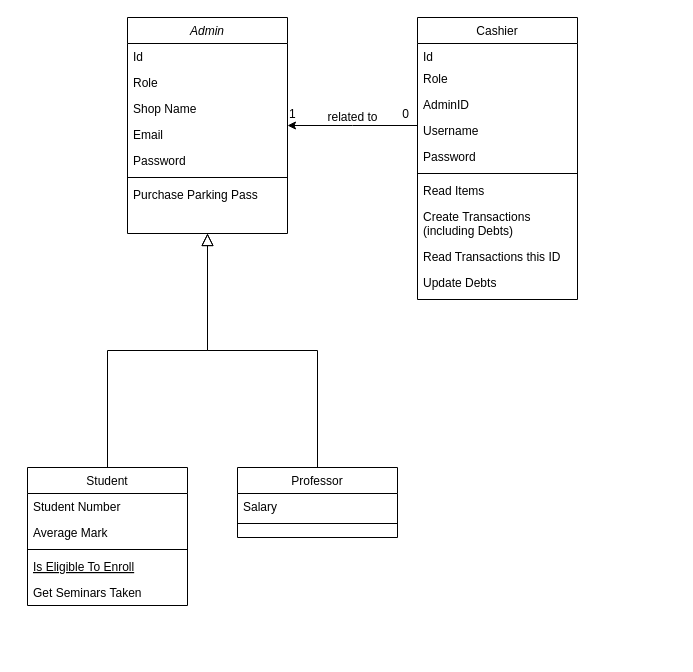
Before: documents/ClassDiagram.drawio in sulenq/VENDERE-POS, a draw.io diagram. Source tidied: cells renumbered, new cells numbered last; positions are measured from the earlier drawing's top-left corner, leaving out a move shared by most shapes. Both pictures are drawn from the tidied source at 100%, with x=0, y=0 at pixel (27, 17).
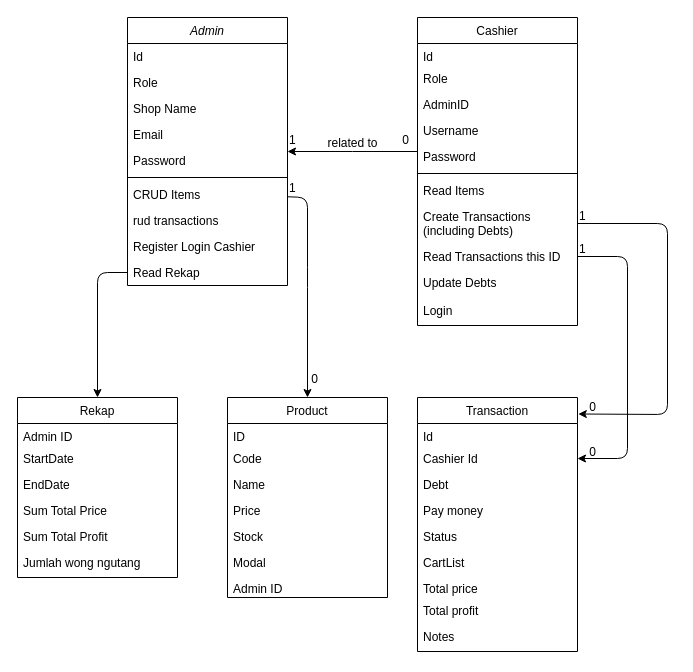
The same diagram, later.

The change refers to these unchanged cells:
```xml
<mxCell id="29" value="Create Transactions &#10;(including Debts)" style="text;align=left;verticalAlign=top;spacingLeft=4;spacingRight=4;overflow=hidden;points=[[0,0.5],[1,0.5]];portConstraint=eastwest;" parent="21" vertex="1">
  <mxGeometry y="186" width="160" height="40" as="geometry" />
</mxCell>
<mxCell id="30" value="Read Transactions this ID" style="text;align=left;verticalAlign=top;spacingLeft=4;spacingRight=4;overflow=hidden;points=[[0,0.5],[1,0.5]];portConstraint=eastwest;" parent="21" vertex="1">
  <mxGeometry y="226" width="160" height="26" as="geometry" />
</mxCell>
<mxCell id="32" style="endArrow=none;shadow=0;strokeWidth=1;rounded=0;endFill=0;edgeStyle=elbowEdgeStyle;elbow=vertical;startArrow=classic;startFill=1;" parent="1" edge="1" source="2" target="21">
  <mxGeometry x="0.5" y="41" relative="1" as="geometry">
    <mxPoint x="-40" y="32" as="offset" />
  </mxGeometry>
</mxCell>
```

Change to the diagram source:
```diff
@@
+    <mxCell id="36" style="edgeStyle=none;html=1;exitX=0.998;exitY=0.587;exitDx=0;exitDy=0;entryX=0.5;entryY=0;entryDx=0;entryDy=0;startArrow=none;startFill=0;endArrow=classic;endFill=1;exitPerimeter=0;" parent="1" edge="1" source="9" target="65">
+      <mxGeometry relative="1" as="geometry">
+        <Array as="points">
+          <mxPoint x="280" y="180" />
+          <mxPoint x="280" y="260" />
+        </Array>
+      </mxGeometry>
+    </mxCell>
     <mxCell id="2" value="Admin" style="swimlane;fontStyle=2;align=center;verticalAlign=top;horizontal=1;startSize=26;rounded=0;shadow=0;strokeWidth=1;" parent="1" vertex="1">
-      <mxGeometry x="100" width="160" height="216" as="geometry" />
+      <mxGeometry x="100" width="160" height="268" as="geometry" />
     </mxCell>
@@
-    <mxCell id="9" value="Purchase Parking Pass" style="text;align=left;verticalAlign=top;spacingLeft=4;spacingRight=4;overflow=hidden;points=[[0,0.5],[1,0.5]];portConstraint=eastwest;" parent="2" vertex="1">
+    <mxCell id="9" value="CRUD Items" style="text;align=left;verticalAlign=top;spacingLeft=4;spacingRight=4;overflow=hidden;points=[[0,0.5],[1,0.5]];portConstraint=eastwest;" parent="2" vertex="1">
       <mxGeometry y="164" width="160" height="26" as="geometry" />
     </mxCell>
-    <mxCell id="10" value="Student" style="swimlane;fontStyle=0;align=center;verticalAlign=top;horizontal=1;startSize=26;rounded=0;shadow=0;strokeWidth=1;" parent="1" vertex="1">
-      <mxGeometry y="450" width="160" height="138" as="geometry" />
-    </mxCell>
-    <mxCell id="11" value="Student Number" style="text;align=left;verticalAlign=top;spacingLeft=4;spacingRight=4;overflow=hidden;" parent="10" vertex="1">
-      <mxGeometry y="26" width="160" height="26" as="geometry" />
-    </mxCell>
-    <mxCell id="12" value="Average Mark" style="text;align=left;verticalAlign=top;spacingLeft=4;spacingRight=4;overflow=hidden;rounded=0;shadow=0;html=0;" parent="10" vertex="1">
-      <mxGeometry y="52" width="160" height="26" as="geometry" />
-    </mxCell>
-    <mxCell id="13" style="line;html=1;strokeWidth=1;align=left;verticalAlign=middle;spacingTop=-1;spacingLeft=3;spacingRight=3;labelPosition=right;" parent="10" vertex="1">
-      <mxGeometry y="78" width="160" height="8" as="geometry" />
-    </mxCell>
-    <mxCell id="14" value="Is Eligible To Enroll" style="text;align=left;verticalAlign=top;spacingLeft=4;spacingRight=4;overflow=hidden;fontStyle=4;" parent="10" vertex="1">
-      <mxGeometry y="86" width="160" height="26" as="geometry" />
-    </mxCell>
-    <mxCell id="15" value="Get Seminars Taken" style="text;align=left;verticalAlign=top;spacingLeft=4;spacingRight=4;overflow=hidden;" parent="10" vertex="1">
-      <mxGeometry y="112" width="160" height="26" as="geometry" />
-    </mxCell>
-    <mxCell id="16" style="endArrow=block;endSize=10;endFill=0;shadow=0;strokeWidth=1;rounded=0;edgeStyle=elbowEdgeStyle;elbow=vertical;" parent="1" edge="1" source="10" target="2">
-      <mxGeometry relative="1" as="geometry" />
-    </mxCell>
-    <mxCell id="17" value="Professor" style="swimlane;fontStyle=0;align=center;verticalAlign=top;horizontal=1;startSize=26;rounded=0;shadow=0;strokeWidth=1;" parent="1" vertex="1">
-      <mxGeometry x="210" y="450" width="160" height="70" as="geometry" />
-    </mxCell>
-    <mxCell id="18" value="Salary" style="text;align=left;verticalAlign=top;spacingLeft=4;spacingRight=4;overflow=hidden;" parent="17" vertex="1">
-      <mxGeometry y="26" width="160" height="26" as="geometry" />
-    </mxCell>
-    <mxCell id="19" style="line;html=1;strokeWidth=1;align=left;verticalAlign=middle;spacingTop=-1;spacingLeft=3;spacingRight=3;labelPosition=right;" parent="17" vertex="1">
-      <mxGeometry y="52" width="160" height="8" as="geometry" />
-    </mxCell>
-    <mxCell id="20" style="endArrow=block;endSize=10;endFill=0;shadow=0;strokeWidth=1;rounded=0;edgeStyle=elbowEdgeStyle;elbow=vertical;" parent="1" edge="1" source="17" target="2">
-      <mxGeometry relative="1" as="geometry" />
-    </mxCell>
+    <mxCell id="37" value="rud transactions" style="text;align=left;verticalAlign=top;spacingLeft=4;spacingRight=4;overflow=hidden;" parent="2" vertex="1">
+      <mxGeometry y="190" width="160" height="26" as="geometry" />
+    </mxCell>
+    <mxCell id="38" value="Register Login Cashier" style="text;align=left;verticalAlign=top;spacingLeft=4;spacingRight=4;overflow=hidden;" parent="2" vertex="1">
+      <mxGeometry y="216" width="160" height="26" as="geometry" />
+    </mxCell>
+    <mxCell id="39" value="Read Rekap" style="text;align=left;verticalAlign=top;spacingLeft=4;spacingRight=4;overflow=hidden;points=[[0,0.5],[1,0.5]];portConstraint=eastwest;" parent="2" vertex="1">
+      <mxGeometry y="242" width="160" height="26" as="geometry" />
+    </mxCell>
     <mxCell id="21" value="Cashier" style="swimlane;fontStyle=0;align=center;verticalAlign=top;horizontal=1;startSize=26;rounded=0;shadow=0;strokeWidth=1;" parent="1" vertex="1">
-      <mxGeometry x="390" width="160" height="282" as="geometry" />
+      <mxGeometry x="390" width="160" height="308" as="geometry" />
     </mxCell>
@@
     <mxCell id="31" value="Update Debts" style="text;align=left;verticalAlign=top;spacingLeft=4;spacingRight=4;overflow=hidden;" parent="21" vertex="1">
-      <mxGeometry y="252" width="160" height="26" as="geometry" />
+      <mxGeometry y="252" width="160" height="28" as="geometry" />
     </mxCell>
+    <mxCell id="40" value="Login" style="text;align=left;verticalAlign=top;spacingLeft=4;spacingRight=4;overflow=hidden;" parent="21" vertex="1">
+      <mxGeometry y="280" width="160" height="28" as="geometry" />
+    </mxCell>
@@
+    <mxCell id="41" value="1" style="align=left;verticalAlign=bottom;labelBackgroundColor=none;fontSize=12;" parent="32" vertex="1">
+      <mxGeometry x="-1" relative="1" as="geometry">
+        <mxPoint x="290" y="73" as="offset" />
+      </mxGeometry>
+    </mxCell>
+    <mxCell id="42" value="0" style="align=right;verticalAlign=bottom;labelBackgroundColor=none;fontSize=12;" parent="32" vertex="1">
+      <mxGeometry x="1" relative="1" as="geometry">
+        <mxPoint x="180" y="264" as="offset" />
+      </mxGeometry>
+    </mxCell>
+    <mxCell id="43" value="1" style="align=left;verticalAlign=bottom;labelBackgroundColor=none;fontSize=12;" parent="32" vertex="1">
+      <mxGeometry x="-1" relative="1" as="geometry">
+        <mxPoint x="290" y="106" as="offset" />
+      </mxGeometry>
+    </mxCell>
+    <mxCell id="44" value="0" style="align=right;verticalAlign=bottom;labelBackgroundColor=none;fontSize=12;" parent="32" vertex="1">
+      <mxGeometry x="1" relative="1" as="geometry">
+        <mxPoint x="180" y="309" as="offset" />
+      </mxGeometry>
+    </mxCell>
+    <mxCell id="45" value="1" style="align=left;verticalAlign=bottom;labelBackgroundColor=none;fontSize=12;" parent="32" vertex="1">
+      <mxGeometry x="-1" relative="1" as="geometry">
+        <mxPoint y="45" as="offset" />
+      </mxGeometry>
+    </mxCell>
+    <mxCell id="46" value="0" style="align=right;verticalAlign=bottom;labelBackgroundColor=none;fontSize=12;" parent="32" vertex="1">
+      <mxGeometry x="1" relative="1" as="geometry">
+        <mxPoint x="-98" y="236" as="offset" />
+      </mxGeometry>
+    </mxCell>
+    <mxCell id="47" style="edgeStyle=none;html=1;startArrow=classic;startFill=1;endArrow=none;endFill=0;exitX=1.005;exitY=0.065;exitDx=0;exitDy=0;exitPerimeter=0;" parent="1" edge="1" source="48" target="29">
+      <mxGeometry relative="1" as="geometry">
+        <Array as="points">
+          <mxPoint x="640" y="397" />
+          <mxPoint x="640" y="206" />
+        </Array>
+      </mxGeometry>
+    </mxCell>
+    <mxCell id="48" value="Transaction" style="swimlane;fontStyle=0;align=center;verticalAlign=top;horizontal=1;startSize=26;rounded=0;shadow=0;strokeWidth=1;" parent="1" vertex="1">
+      <mxGeometry x="390" y="380" width="160" height="254" as="geometry" />
+    </mxCell>
+    <mxCell id="49" value="Id" style="text;align=left;verticalAlign=top;spacingLeft=4;spacingRight=4;overflow=hidden;" parent="48" vertex="1">
+      <mxGeometry y="26" width="160" height="22" as="geometry" />
+    </mxCell>
+    <mxCell id="50" value="Cashier Id" style="text;align=left;verticalAlign=top;spacingLeft=4;spacingRight=4;overflow=hidden;points=[[0,0.5],[1,0.5]];portConstraint=eastwest;rounded=0;shadow=0;html=0;" parent="48" vertex="1">
+      <mxGeometry y="48" width="160" height="26" as="geometry" />
+    </mxCell>
+    <mxCell id="51" value="Debt" style="text;align=left;verticalAlign=top;spacingLeft=4;spacingRight=4;overflow=hidden;rounded=0;shadow=0;html=0;" parent="48" vertex="1">
+      <mxGeometry y="74" width="160" height="26" as="geometry" />
+    </mxCell>
+    <mxCell id="52" value="Pay money" style="text;align=left;verticalAlign=top;spacingLeft=4;spacingRight=4;overflow=hidden;rounded=0;shadow=0;html=0;" parent="48" vertex="1">
+      <mxGeometry y="100" width="160" height="26" as="geometry" />
+    </mxCell>
+    <mxCell id="53" value="Status" style="text;align=left;verticalAlign=top;spacingLeft=4;spacingRight=4;overflow=hidden;rounded=0;shadow=0;html=0;" parent="48" vertex="1">
+      <mxGeometry y="126" width="160" height="26" as="geometry" />
+    </mxCell>
+    <mxCell id="54" value="CartList" style="text;align=left;verticalAlign=top;spacingLeft=4;spacingRight=4;overflow=hidden;" parent="48" vertex="1">
+      <mxGeometry y="152" width="160" height="26" as="geometry" />
+    </mxCell>
+    <mxCell id="55" value="Total price" style="text;align=left;verticalAlign=top;spacingLeft=4;spacingRight=4;overflow=hidden;" parent="48" vertex="1">
+      <mxGeometry y="178" width="160" height="22" as="geometry" />
+    </mxCell>
+    <mxCell id="56" value="Total profit" style="text;align=left;verticalAlign=top;spacingLeft=4;spacingRight=4;overflow=hidden;" parent="48" vertex="1">
+      <mxGeometry y="200" width="160" height="26" as="geometry" />
+    </mxCell>
+    <mxCell id="57" value="Notes" style="text;align=left;verticalAlign=top;spacingLeft=4;spacingRight=4;overflow=hidden;" parent="48" vertex="1">
+      <mxGeometry y="226" width="160" height="28" as="geometry" />
+    </mxCell>
+    <mxCell id="58" value="Rekap" style="swimlane;fontStyle=0;align=center;verticalAlign=top;horizontal=1;startSize=26;rounded=0;shadow=0;strokeWidth=1;" parent="1" vertex="1">
+      <mxGeometry x="-10" y="380" width="160" height="180" as="geometry" />
+    </mxCell>
+    <mxCell id="59" value="Admin ID" style="text;align=left;verticalAlign=top;spacingLeft=4;spacingRight=4;overflow=hidden;" parent="58" vertex="1">
+      <mxGeometry y="26" width="160" height="22" as="geometry" />
+    </mxCell>
+    <mxCell id="60" value="StartDate" style="text;align=left;verticalAlign=top;spacingLeft=4;spacingRight=4;overflow=hidden;rounded=0;shadow=0;html=0;" parent="58" vertex="1">
+      <mxGeometry y="48" width="160" height="26" as="geometry" />
+    </mxCell>
+    <mxCell id="61" value="EndDate" style="text;align=left;verticalAlign=top;spacingLeft=4;spacingRight=4;overflow=hidden;rounded=0;shadow=0;html=0;" parent="58" vertex="1">
+      <mxGeometry y="74" width="160" height="26" as="geometry" />
+    </mxCell>
+    <mxCell id="62" value="Sum Total Price" style="text;align=left;verticalAlign=top;spacingLeft=4;spacingRight=4;overflow=hidden;rounded=0;shadow=0;html=0;" parent="58" vertex="1">
+      <mxGeometry y="100" width="160" height="26" as="geometry" />
+    </mxCell>
+    <mxCell id="63" value="Sum Total Profit" style="text;align=left;verticalAlign=top;spacingLeft=4;spacingRight=4;overflow=hidden;rounded=0;shadow=0;html=0;" parent="58" vertex="1">
+      <mxGeometry y="126" width="160" height="26" as="geometry" />
+    </mxCell>
+    <mxCell id="64" value="Jumlah wong ngutang" style="text;align=left;verticalAlign=top;spacingLeft=4;spacingRight=4;overflow=hidden;" parent="58" vertex="1">
+      <mxGeometry y="152" width="160" height="26" as="geometry" />
+    </mxCell>
+    <mxCell id="65" value="Product" style="swimlane;fontStyle=0;align=center;verticalAlign=top;horizontal=1;startSize=26;rounded=0;shadow=0;strokeWidth=1;" parent="1" vertex="1">
+      <mxGeometry x="200" y="380" width="160" height="200" as="geometry" />
+    </mxCell>
+    <mxCell id="66" value="ID" style="text;align=left;verticalAlign=top;spacingLeft=4;spacingRight=4;overflow=hidden;" parent="65" vertex="1">
+      <mxGeometry y="26" width="160" height="22" as="geometry" />
+    </mxCell>
+    <mxCell id="67" value="Code" style="text;align=left;verticalAlign=top;spacingLeft=4;spacingRight=4;overflow=hidden;rounded=0;shadow=0;html=0;" parent="65" vertex="1">
+      <mxGeometry y="48" width="160" height="26" as="geometry" />
+    </mxCell>
+    <mxCell id="68" value="Name" style="text;align=left;verticalAlign=top;spacingLeft=4;spacingRight=4;overflow=hidden;rounded=0;shadow=0;html=0;" parent="65" vertex="1">
+      <mxGeometry y="74" width="160" height="26" as="geometry" />
+    </mxCell>
+    <mxCell id="69" value="Price" style="text;align=left;verticalAlign=top;spacingLeft=4;spacingRight=4;overflow=hidden;rounded=0;shadow=0;html=0;" parent="65" vertex="1">
+      <mxGeometry y="100" width="160" height="26" as="geometry" />
+    </mxCell>
+    <mxCell id="70" value="Stock" style="text;align=left;verticalAlign=top;spacingLeft=4;spacingRight=4;overflow=hidden;rounded=0;shadow=0;html=0;" parent="65" vertex="1">
+      <mxGeometry y="126" width="160" height="26" as="geometry" />
+    </mxCell>
+    <mxCell id="71" value="Modal" style="text;align=left;verticalAlign=top;spacingLeft=4;spacingRight=4;overflow=hidden;" parent="65" vertex="1">
+      <mxGeometry y="152" width="160" height="26" as="geometry" />
+    </mxCell>
+    <mxCell id="72" value="Admin ID" style="text;align=left;verticalAlign=top;spacingLeft=4;spacingRight=4;overflow=hidden;" parent="65" vertex="1">
+      <mxGeometry y="178" width="160" height="22" as="geometry" />
+    </mxCell>
+    <mxCell id="73" style="edgeStyle=none;html=1;exitX=1;exitY=0.5;exitDx=0;exitDy=0;entryX=1;entryY=0.5;entryDx=0;entryDy=0;startArrow=none;startFill=0;endArrow=classic;endFill=1;" parent="1" edge="1" source="30" target="50">
+      <mxGeometry relative="1" as="geometry">
+        <Array as="points">
+          <mxPoint x="600" y="239" />
+          <mxPoint x="600" y="441" />
+        </Array>
+      </mxGeometry>
+    </mxCell>
+    <mxCell id="74" style="edgeStyle=none;html=1;exitX=0;exitY=0.5;exitDx=0;exitDy=0;entryX=0.5;entryY=0;entryDx=0;entryDy=0;startArrow=none;startFill=0;endArrow=classic;endFill=1;" parent="1" edge="1" source="39" target="58">
+      <mxGeometry relative="1" as="geometry">
+        <Array as="points">
+          <mxPoint x="70" y="255" />
+        </Array>
+      </mxGeometry>
+    </mxCell>
```
